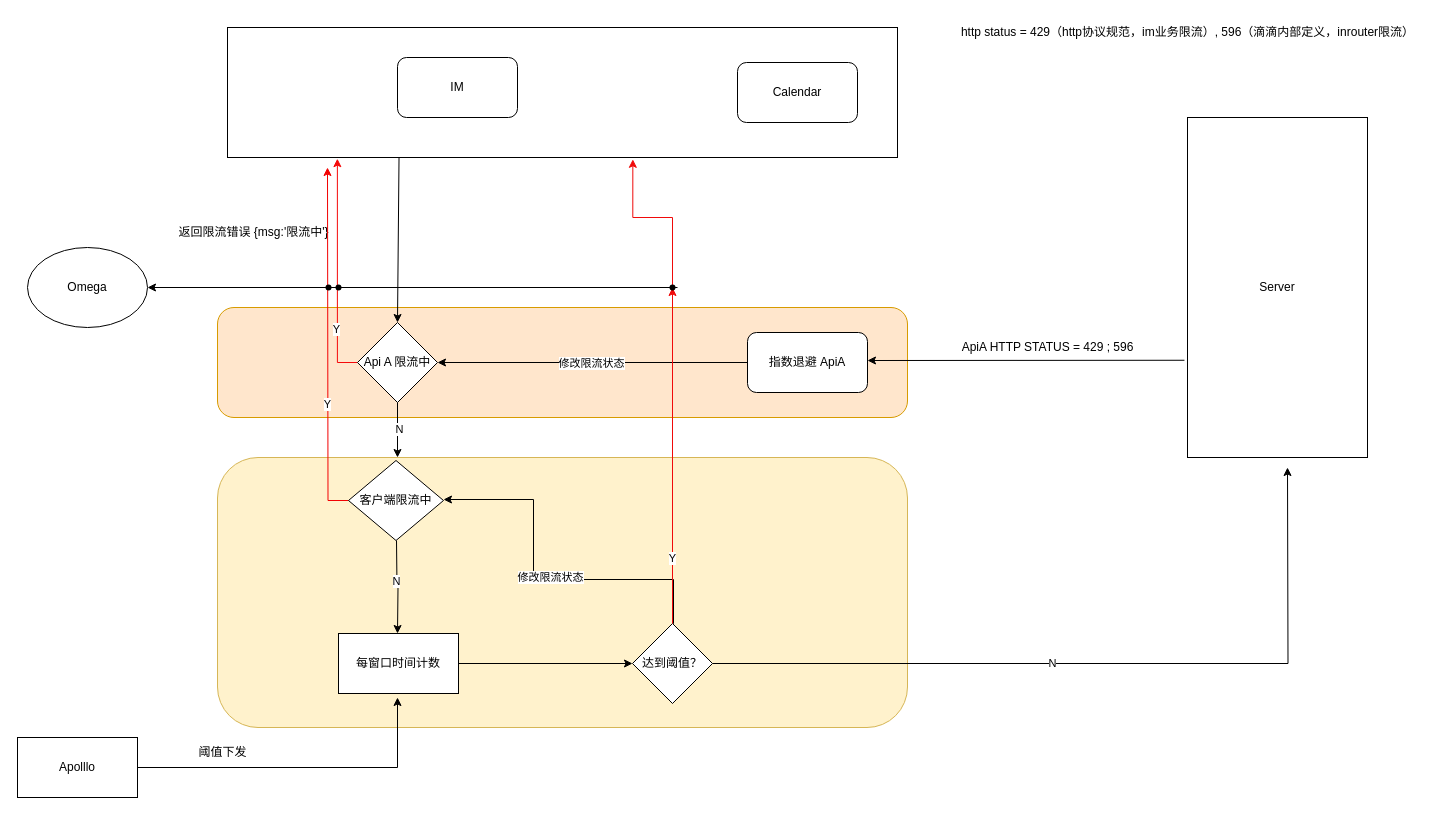
This is 111.drawio from x3hong/algo, a draw.io file, before an edit. Source tidied: cells renumbered, new cells numbered last; positions are measured from the earlier drawing's top-left corner, leaving out a move shared by most shapes. Both pictures are drawn from the tidied source at 100%, with x=0, y=0 at pixel (17, 17).
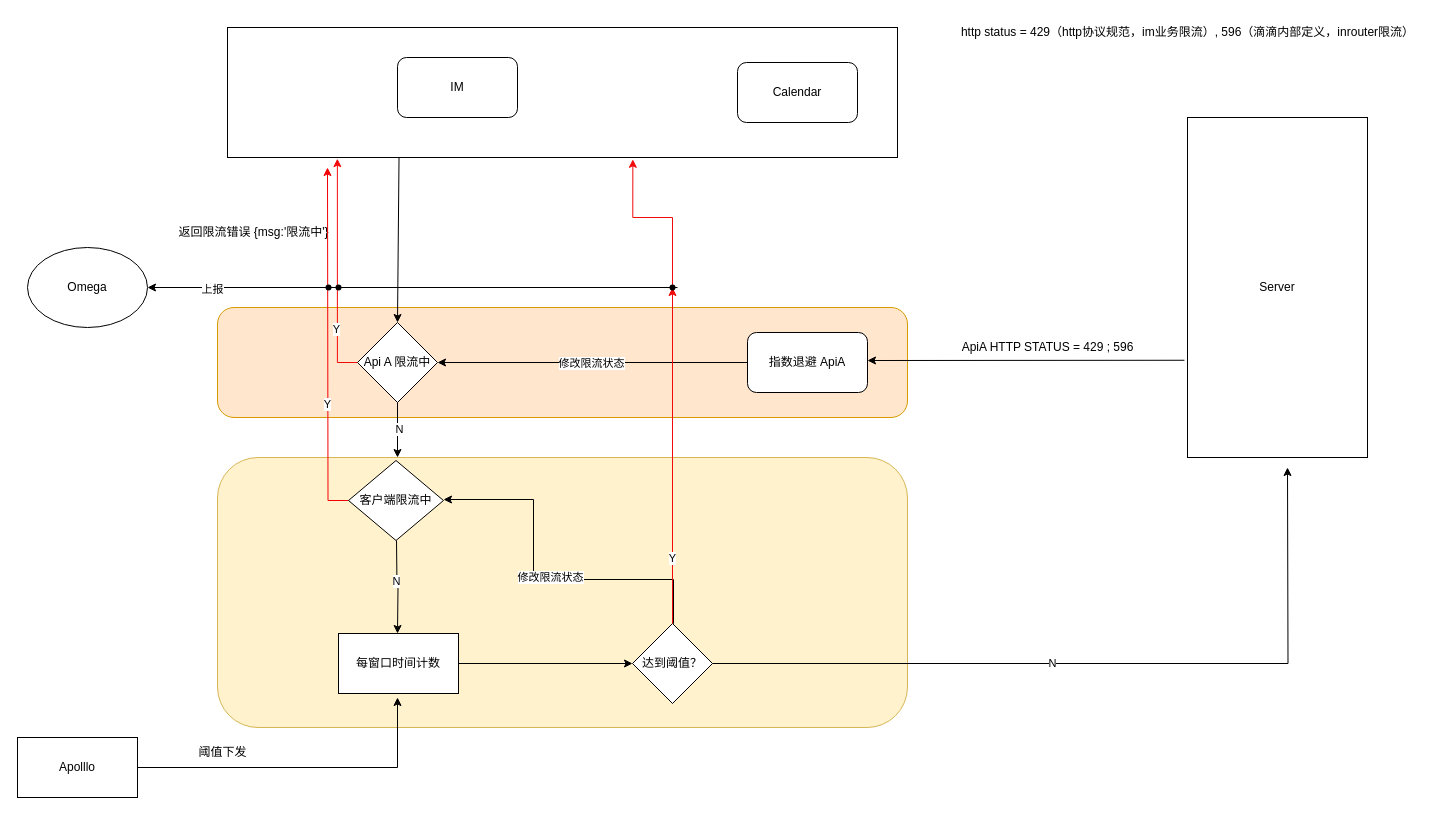
The same diagram, later.

Unchanged cells that the change refers to:
```xml
<mxCell id="38" style="endArrow=classic;html=1;rounded=0;entryX=1;entryY=0.5;entryDx=0;entryDy=0;" parent="1" edge="1" target="37">
  <mxGeometry relative="1" as="geometry">
    <mxPoint x="660" y="270" as="sourcePoint" />
  </mxGeometry>
</mxCell>
```

What changed in the source:
```diff
@@
+    <mxCell id="44" value="上报" style="edgeLabel;html=1;align=center;verticalAlign=middle;" parent="38" vertex="1">
+      <mxGeometry x="0.76" y="1" relative="1" as="geometry" />
+    </mxCell>
```
